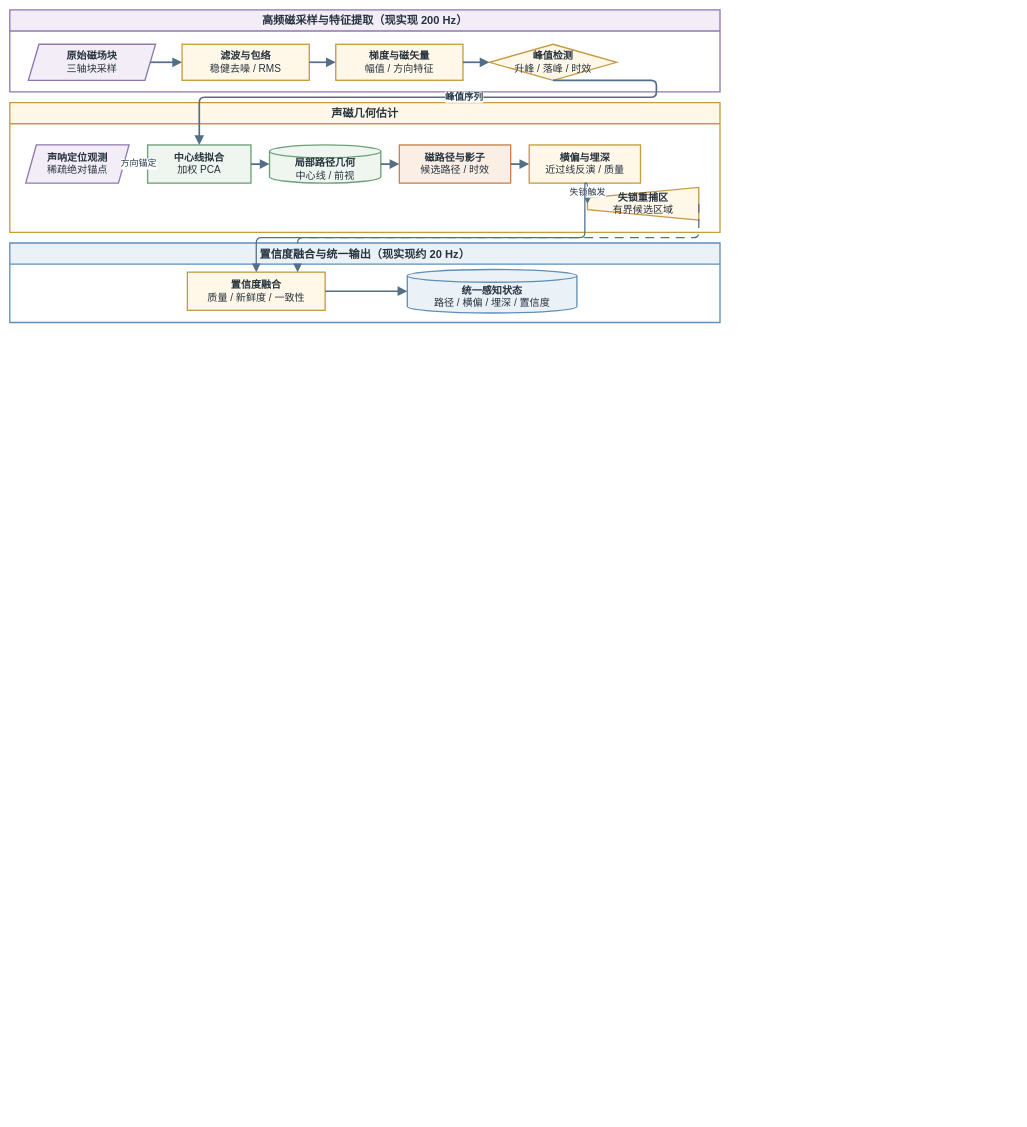
360ZMEM/AUV-Master-Mag keeps this draw.io diagram as docs/figure/fig_perception_pipeline.drawio. Above is the earlier version. Source tidied: cells renumbered, new cells numbered last; positions are measured from the earlier drawing's top-left corner, leaving out a move shared by most shapes. Both pictures are drawn from the tidied source at 53%, with x=0, y=0 at pixel (10, 10).
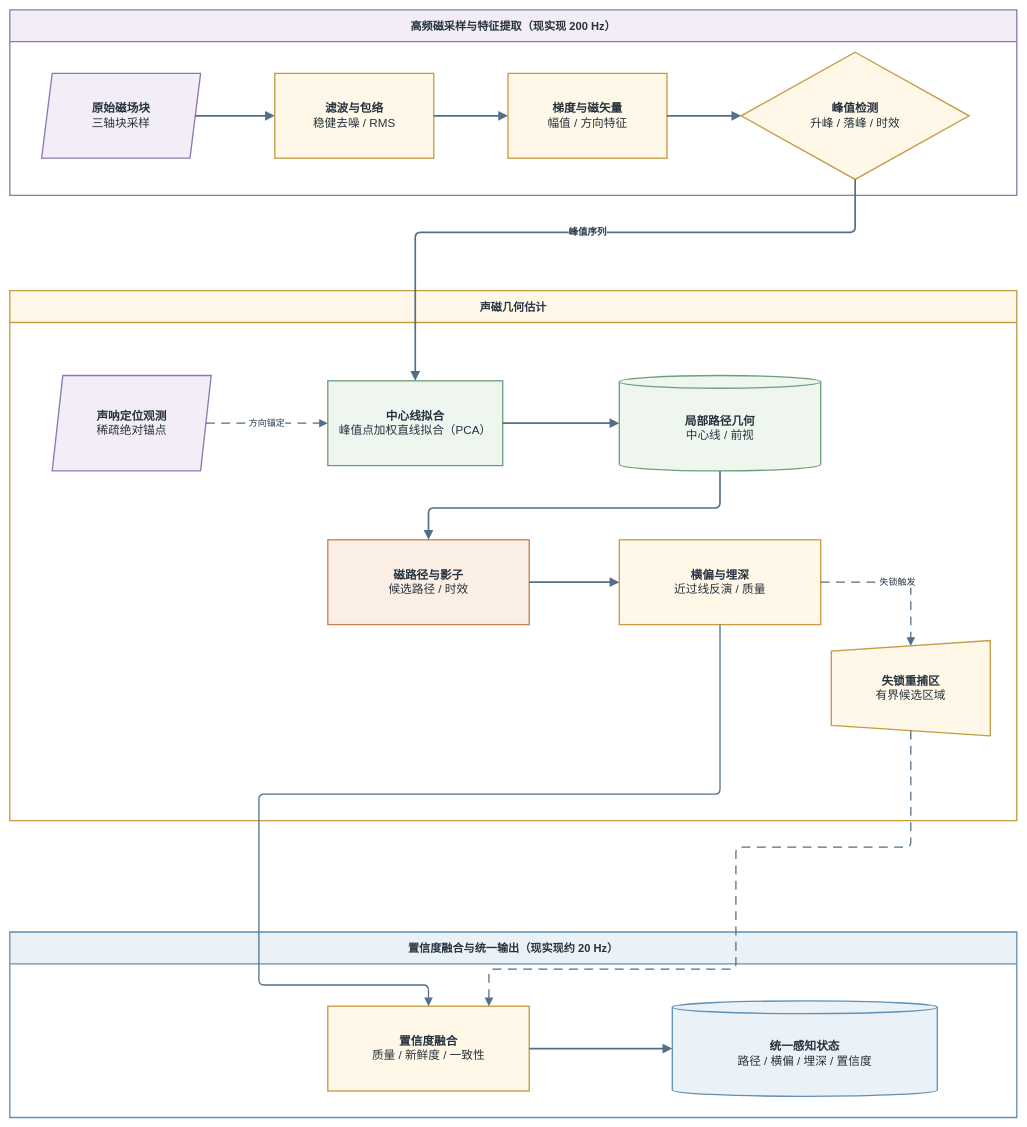
The same page after the edit.

The edit, as a diff of the source:
```diff
@@
-    <mxCell id="2" value="高频磁采样与特征提取（现实现 200 Hz）" style="swimlane;whiteSpace=wrap;html=1;rounded=0;startSize=40;fillColor=#F2EDF7;strokeColor=#8F78AF;strokeWidth=2.5;fontFamily=Songti SC;fontSize=21;fontStyle=1;fontColor=#26323D;" parent="1" vertex="1">
-      <mxGeometry width="1340" height="155" as="geometry" />
+    <mxCell id="2" value="高频磁采样与特征提取（现实现 200 Hz）" style="swimlane;whiteSpace=wrap;html=1;rounded=0;startSize=60;fillColor=#F2EDF7;strokeColor=#8F78AF;strokeWidth=2.5;fontFamily=Songti SC;fontSize=21;fontStyle=1;fontColor=#26323D;" parent="1" vertex="1">
+      <mxGeometry width="1900" height="350" as="geometry" />
     </mxCell>
-    <mxCell id="3" value="声磁几何估计" style="swimlane;whiteSpace=wrap;html=1;rounded=0;startSize=40;fillColor=#FFF7E8;strokeColor=#C69B42;strokeWidth=2.5;fontFamily=Songti SC;fontSize=21;fontStyle=1;fontColor=#26323D;" parent="1" vertex="1">
-      <mxGeometry y="175" width="1340" height="245" as="geometry" />
+    <mxCell id="3" value="声磁几何估计" style="swimlane;whiteSpace=wrap;html=1;rounded=0;startSize=60;fillColor=#FFF7E8;strokeColor=#C69B42;strokeWidth=2.5;fontFamily=Songti SC;fontSize=21;fontStyle=1;fontColor=#26323D;" parent="1" vertex="1">
+      <mxGeometry y="530" width="1900" height="1000" as="geometry" />
     </mxCell>
-    <mxCell id="4" value="置信度融合与统一输出（现实现约 20 Hz）" style="swimlane;whiteSpace=wrap;html=1;rounded=0;startSize=40;fillColor=#EAF2F8;strokeColor=#5F8FB8;strokeWidth=2.5;fontFamily=Songti SC;fontSize=21;fontStyle=1;fontColor=#26323D;" parent="1" vertex="1">
-      <mxGeometry y="440" width="1340" height="150" as="geometry" />
+    <mxCell id="4" value="置信度融合与统一输出（现实现约 20 Hz）" style="swimlane;whiteSpace=wrap;html=1;rounded=0;startSize=60;fillColor=#EAF2F8;strokeColor=#5F8FB8;strokeWidth=2.5;fontFamily=Songti SC;fontSize=21;fontStyle=1;fontColor=#26323D;" parent="1" vertex="1">
+      <mxGeometry y="1740" width="1900" height="350" as="geometry" />
     </mxCell>
-    <mxCell id="5" value="&lt;b&gt;原始磁场块&lt;/b&gt;&lt;br&gt;三轴块采样" style="shape=parallelogram;perimeter=parallelogramPerimeter;fixedSize=1;whiteSpace=wrap;html=1;align=center;verticalAlign=middle;fillColor=#F2EDF7;strokeColor=#8F78AF;strokeWidth=2.5;spacing=8;fontFamily=Songti SC;fontSize=19;fontColor=#26323D;" parent="2" vertex="1">
-      <mxGeometry x="35" y="65" width="240" height="68" as="geometry" />
+    <mxCell id="5" value="&lt;b&gt;原始磁场块&lt;/b&gt;&lt;br&gt;三轴块采样" style="shape=parallelogram;perimeter=parallelogramPerimeter;fixedSize=1;whiteSpace=wrap;html=1;align=center;verticalAlign=middle;fillColor=#F2EDF7;strokeColor=#8F78AF;strokeWidth=2.5;spacing=8;fontFamily=Songti SC;fontSize=19;fontColor=#26323D;fontSize=22;" parent="2" vertex="1">
+      <mxGeometry x="60" y="120" width="300" height="160" as="geometry" />
     </mxCell>
-    <mxCell id="6" value="&lt;b&gt;滤波与包络&lt;/b&gt;&lt;br&gt;稳健去噪 / RMS" style="rounded=0;whiteSpace=wrap;html=1;align=center;verticalAlign=middle;fillColor=#FFF7E8;strokeColor=#C69B42;strokeWidth=2.5;spacing=8;fontFamily=Songti SC;fontSize=19;fontColor=#26323D;" parent="2" vertex="1">
-      <mxGeometry x="325" y="65" width="240" height="68" as="geometry" />
+    <mxCell id="6" value="&lt;b&gt;滤波与包络&lt;/b&gt;&lt;br&gt;稳健去噪 / RMS" style="rounded=0;whiteSpace=wrap;html=1;align=center;verticalAlign=middle;fillColor=#FFF7E8;strokeColor=#C69B42;strokeWidth=2.5;spacing=8;fontFamily=Songti SC;fontSize=19;fontColor=#26323D;fontSize=22;" parent="2" vertex="1">
+      <mxGeometry x="500" y="120" width="300" height="160" as="geometry" />
     </mxCell>
-    <mxCell id="7" value="&lt;b&gt;梯度与磁矢量&lt;/b&gt;&lt;br&gt;幅值 / 方向特征" style="rounded=0;whiteSpace=wrap;html=1;align=center;verticalAlign=middle;fillColor=#FFF7E8;strokeColor=#C69B42;strokeWidth=2.5;spacing=8;fontFamily=Songti SC;fontSize=19;fontColor=#26323D;" parent="2" vertex="1">
-      <mxGeometry x="615" y="65" width="240" height="68" as="geometry" />
+    <mxCell id="7" value="&lt;b&gt;梯度与磁矢量&lt;/b&gt;&lt;br&gt;幅值 / 方向特征" style="rounded=0;whiteSpace=wrap;html=1;align=center;verticalAlign=middle;fillColor=#FFF7E8;strokeColor=#C69B42;strokeWidth=2.5;spacing=8;fontFamily=Songti SC;fontSize=19;fontColor=#26323D;fontSize=22;" parent="2" vertex="1">
+      <mxGeometry x="940" y="120" width="300" height="160" as="geometry" />
     </mxCell>
-    <mxCell id="8" value="&lt;b&gt;峰值检测&lt;/b&gt;&lt;br&gt;升峰 / 落峰 / 时效" style="rhombus;whiteSpace=wrap;html=1;align=center;verticalAlign=middle;fillColor=#FFF7E8;strokeColor=#C69B42;strokeWidth=2.5;spacing=8;fontFamily=Songti SC;fontSize=19;fontColor=#26323D;" parent="2" vertex="1">
-      <mxGeometry x="905" y="65" width="240" height="68" as="geometry" />
+    <mxCell id="8" value="&lt;b&gt;峰值检测&lt;/b&gt;&lt;br&gt;升峰 / 落峰 / 时效" style="rhombus;whiteSpace=wrap;html=1;align=center;verticalAlign=middle;fillColor=#FFF7E8;strokeColor=#C69B42;strokeWidth=2.5;spacing=8;fontFamily=Songti SC;fontSize=19;fontColor=#26323D;fontSize=22;" parent="2" vertex="1">
+      <mxGeometry x="1380" y="80" width="430" height="240" as="geometry" />
     </mxCell>
-    <mxCell id="9" value="&lt;b&gt;声呐定位观测&lt;/b&gt;&lt;br&gt;稀疏绝对锚点" style="shape=parallelogram;perimeter=parallelogramPerimeter;fixedSize=1;whiteSpace=wrap;html=1;align=center;verticalAlign=middle;fillColor=#F2EDF7;strokeColor=#8F78AF;strokeWidth=2.5;spacing=8;fontFamily=Songti SC;fontSize=19;fontColor=#26323D;" parent="3" vertex="1">
-      <mxGeometry x="30" y="80" width="195" height="72" as="geometry" />
+    <mxCell id="9" value="&lt;b&gt;声呐定位观测&lt;/b&gt;&lt;br&gt;稀疏绝对锚点" style="shape=parallelogram;perimeter=parallelogramPerimeter;fixedSize=1;whiteSpace=wrap;html=1;align=center;verticalAlign=middle;fillColor=#F2EDF7;strokeColor=#8F78AF;strokeWidth=2.5;spacing=8;fontFamily=Songti SC;fontSize=19;fontColor=#26323D;fontSize=22;" parent="3" vertex="1">
+      <mxGeometry x="80" y="160" width="300" height="180" as="geometry" />
     </mxCell>
-    <mxCell id="10" value="&lt;b&gt;中心线拟合&lt;/b&gt;&lt;br&gt;加权 PCA" style="rounded=0;whiteSpace=wrap;html=1;align=center;verticalAlign=middle;fillColor=#EEF6EF;strokeColor=#6E9F78;strokeWidth=2.5;spacing=8;fontFamily=Songti SC;fontSize=19;fontColor=#26323D;" parent="3" vertex="1">
-      <mxGeometry x="260" y="80" width="195" height="72" as="geometry" />
+    <mxCell id="10" value="&lt;b&gt;中心线拟合&lt;/b&gt;&lt;br&gt;峰值点加权直线拟合（PCA）" style="rounded=0;whiteSpace=wrap;html=1;align=center;verticalAlign=middle;fillColor=#EEF6EF;strokeColor=#6E9F78;strokeWidth=2.5;spacing=8;fontFamily=Songti SC;fontSize=19;fontColor=#26323D;fontSize=22;" parent="3" vertex="1">
+      <mxGeometry x="600" y="170" width="330" height="160" as="geometry" />
     </mxCell>
-    <mxCell id="11" value="&lt;b&gt;局部路径几何&lt;/b&gt;&lt;br&gt;中心线 / 前视" style="shape=cylinder3;boundedLbl=1;backgroundOutline=1;size=12;whiteSpace=wrap;html=1;align=center;verticalAlign=middle;fillColor=#EEF6EF;strokeColor=#6E9F78;strokeWidth=2.5;spacing=8;fontFamily=Songti SC;fontSize=19;fontColor=#26323D;" parent="3" vertex="1">
-      <mxGeometry x="490" y="80" width="210" height="72" as="geometry" />
+    <mxCell id="11" value="&lt;b&gt;局部路径几何&lt;/b&gt;&lt;br&gt;中心线 / 前视" style="shape=cylinder3;boundedLbl=1;backgroundOutline=1;size=12;whiteSpace=wrap;html=1;align=center;verticalAlign=middle;fillColor=#EEF6EF;strokeColor=#6E9F78;strokeWidth=2.5;spacing=8;fontFamily=Songti SC;fontSize=19;fontColor=#26323D;fontSize=22;" parent="3" vertex="1">
+      <mxGeometry x="1150" y="160" width="380" height="180" as="geometry" />
     </mxCell>
-    <mxCell id="12" value="&lt;b&gt;磁路径与影子&lt;/b&gt;&lt;br&gt;候选路径 / 时效" style="rounded=0;whiteSpace=wrap;html=1;align=center;verticalAlign=middle;fillColor=#FBEFE5;strokeColor=#C9824D;strokeWidth=2.5;spacing=8;fontFamily=Songti SC;fontSize=19;fontColor=#26323D;" parent="3" vertex="1">
-      <mxGeometry x="735" y="80" width="210" height="72" as="geometry" />
+    <mxCell id="12" value="&lt;b&gt;磁路径与影子&lt;/b&gt;&lt;br&gt;候选路径 / 时效" style="rounded=0;whiteSpace=wrap;html=1;align=center;verticalAlign=middle;fillColor=#FBEFE5;strokeColor=#C9824D;strokeWidth=2.5;spacing=8;fontFamily=Songti SC;fontSize=19;fontColor=#26323D;fontSize=22;" parent="3" vertex="1">
+      <mxGeometry x="600" y="470" width="380" height="160" as="geometry" />
     </mxCell>
-    <mxCell id="13" value="&lt;b&gt;横偏与埋深&lt;/b&gt;&lt;br&gt;近过线反演 / 质量" style="rounded=0;whiteSpace=wrap;html=1;align=center;verticalAlign=middle;fillColor=#FFF7E8;strokeColor=#C69B42;strokeWidth=2.5;spacing=8;fontFamily=Songti SC;fontSize=19;fontColor=#26323D;" parent="3" vertex="1">
-      <mxGeometry x="980" y="80" width="210" height="72" as="geometry" />
+    <mxCell id="13" value="&lt;b&gt;横偏与埋深&lt;/b&gt;&lt;br&gt;近过线反演 / 质量" style="rounded=0;whiteSpace=wrap;html=1;align=center;verticalAlign=middle;fillColor=#FFF7E8;strokeColor=#C69B42;strokeWidth=2.5;spacing=8;fontFamily=Songti SC;fontSize=19;fontColor=#26323D;fontSize=22;" parent="3" vertex="1">
+      <mxGeometry x="1150" y="470" width="380" height="160" as="geometry" />
     </mxCell>
-    <mxCell id="14" value="&lt;b&gt;失锁重捕区&lt;/b&gt;&lt;br&gt;有界候选区域" style="shape=trapezoid;perimeter=trapezoidPerimeter;fixedSize=1;direction=north;whiteSpace=wrap;html=1;align=center;verticalAlign=middle;fillColor=#FFF7E8;strokeColor=#C69B42;strokeWidth=2.5;spacing=8;fontFamily=Songti SC;fontSize=19;fontColor=#26323D;" parent="3" vertex="1">
-      <mxGeometry x="1090" y="160" width="210" height="62" as="geometry" />
+    <mxCell id="14" value="&lt;b&gt;失锁重捕区&lt;/b&gt;&lt;br&gt;有界候选区域" style="shape=trapezoid;perimeter=trapezoidPerimeter;fixedSize=1;direction=north;whiteSpace=wrap;html=1;align=center;verticalAlign=middle;fillColor=#FFF7E8;strokeColor=#C69B42;strokeWidth=2.5;spacing=8;fontFamily=Songti SC;fontSize=19;fontColor=#26323D;fontSize=22;" parent="3" vertex="1">
+      <mxGeometry x="1550" y="660" width="300" height="180" as="geometry" />
     </mxCell>
-    <mxCell id="15" value="&lt;b&gt;置信度融合&lt;/b&gt;&lt;br&gt;质量 / 新鲜度 / 一致性" style="rounded=0;whiteSpace=wrap;html=1;align=center;verticalAlign=middle;fillColor=#FFF7E8;strokeColor=#C69B42;strokeWidth=2.5;spacing=8;fontFamily=Songti SC;fontSize=19;fontColor=#26323D;" parent="4" vertex="1">
-      <mxGeometry x="335" y="55" width="260" height="72" as="geometry" />
+    <mxCell id="15" value="&lt;b&gt;置信度融合&lt;/b&gt;&lt;br&gt;质量 / 新鲜度 / 一致性" style="rounded=0;whiteSpace=wrap;html=1;align=center;verticalAlign=middle;fillColor=#FFF7E8;strokeColor=#C69B42;strokeWidth=2.5;spacing=8;fontFamily=Songti SC;fontSize=19;fontColor=#26323D;fontSize=22;" parent="4" vertex="1">
+      <mxGeometry x="600" y="140" width="380" height="160" as="geometry" />
     </mxCell>
-    <mxCell id="16" value="&lt;b&gt;统一感知状态&lt;/b&gt;&lt;br&gt;路径 / 横偏 / 埋深 / 置信度" style="shape=cylinder3;boundedLbl=1;backgroundOutline=1;size=12;whiteSpace=wrap;html=1;align=center;verticalAlign=middle;fillColor=#EAF2F8;strokeColor=#5F8FB8;strokeWidth=2.5;spacing=8;fontFamily=Songti SC;fontSize=19;fontColor=#26323D;" parent="4" vertex="1">
-      <mxGeometry x="750" y="50" width="320" height="82" as="geometry" />
+    <mxCell id="16" value="&lt;b&gt;统一感知状态&lt;/b&gt;&lt;br&gt;路径 / 横偏 / 埋深 / 置信度" style="shape=cylinder3;boundedLbl=1;backgroundOutline=1;size=12;whiteSpace=wrap;html=1;align=center;verticalAlign=middle;fillColor=#EAF2F8;strokeColor=#5F8FB8;strokeWidth=2.5;spacing=8;fontFamily=Songti SC;fontSize=19;fontColor=#26323D;fontSize=22;" parent="4" vertex="1">
+      <mxGeometry x="1250" y="130" width="500" height="180" as="geometry" />
     </mxCell>
-    <mxCell id="17" style="edgeStyle=orthogonalEdgeStyle;rounded=1;jettySize=auto;html=1;strokeColor=#536F87;strokeWidth=3.2;fontFamily=Songti SC;fontSize=18;fontStyle=1;fontColor=#25384A;labelBackgroundColor=#FFFFFF;labelBorderColor=none;endArrow=block;endFill=1;endSize=10;exitX=1;entryX=0;" parent="1" edge="1" source="5" target="6">
+    <mxCell id="17" style="edgeStyle=orthogonalEdgeStyle;rounded=1;jettySize=auto;html=1;strokeColor=#536F87;strokeWidth=3.2;fontFamily=Songti SC;fontSize=18;fontStyle=1;fontColor=#25384A;labelBackgroundColor=#FFFFFF;labelBorderColor=none;endArrow=block;endFill=1;endSize=10;exitX=1;exitY=0.5;entryX=0;entryY=0.5;" parent="1" edge="1" source="5" target="6">
       <mxGeometry relative="1" as="geometry" />
     </mxCell>
-    <mxCell id="18" style="edgeStyle=orthogonalEdgeStyle;rounded=1;jettySize=auto;html=1;strokeColor=#536F87;strokeWidth=3.2;fontFamily=Songti SC;fontSize=18;fontStyle=1;fontColor=#25384A;labelBackgroundColor=#FFFFFF;labelBorderColor=none;endArrow=block;endFill=1;endSize=10;exitX=1;entryX=0;" parent="1" edge="1" source="6" target="7">
+    <mxCell id="18" style="edgeStyle=orthogonalEdgeStyle;rounded=1;jettySize=auto;html=1;strokeColor=#536F87;strokeWidth=3.2;fontFamily=Songti SC;fontSize=18;fontStyle=1;fontColor=#25384A;labelBackgroundColor=#FFFFFF;labelBorderColor=none;endArrow=block;endFill=1;endSize=10;exitX=1;exitY=0.5;entryX=0;entryY=0.5;" parent="1" edge="1" source="6" target="7">
       <mxGeometry relative="1" as="geometry" />
     </mxCell>
-    <mxCell id="19" style="edgeStyle=orthogonalEdgeStyle;rounded=1;jettySize=auto;html=1;strokeColor=#536F87;strokeWidth=3.2;fontFamily=Songti SC;fontSize=18;fontStyle=1;fontColor=#25384A;labelBackgroundColor=#FFFFFF;labelBorderColor=none;endArrow=block;endFill=1;endSize=10;exitX=1;entryX=0;" parent="1" edge="1" source="7" target="8">
+    <mxCell id="19" style="edgeStyle=orthogonalEdgeStyle;rounded=1;jettySize=auto;html=1;strokeColor=#536F87;strokeWidth=3.2;fontFamily=Songti SC;fontSize=18;fontStyle=1;fontColor=#25384A;labelBackgroundColor=#FFFFFF;labelBorderColor=none;endArrow=block;endFill=1;endSize=10;exitX=1;exitY=0.5;entryX=0;entryY=0.5;" parent="1" edge="1" source="7" target="8">
       <mxGeometry relative="1" as="geometry" />
     </mxCell>
     <mxCell id="20" value="峰值序列" style="edgeStyle=orthogonalEdgeStyle;rounded=1;jettySize=auto;html=1;strokeColor=#536F87;strokeWidth=3.2;fontFamily=Songti SC;fontSize=18;fontStyle=1;fontColor=#25384A;labelBackgroundColor=#FFFFFF;labelBorderColor=none;endArrow=block;endFill=1;endSize=10;exitX=0.5;exitY=1;entryX=0.5;entryY=0;" parent="1" edge="1" source="8" target="10">
       <mxGeometry relative="1" as="geometry">
         <Array as="points">
-          <mxPoint x="1220" y="165" />
-          <mxPoint x="358" y="165" />
+          <mxPoint x="1595" y="420" />
+          <mxPoint x="765" y="420" />
         </Array>
       </mxGeometry>
     </mxCell>
-    <mxCell id="21" value="方向锚定" style="edgeStyle=orthogonalEdgeStyle;rounded=1;jettySize=auto;html=1;strokeColor=#536F87;strokeWidth=2.4;fontFamily=Songti SC;fontSize=17;fontColor=#25384A;labelBackgroundColor=#FFFFFF;labelBorderColor=none;endArrow=block;endFill=1;endSize=10;dashed=1;dashPattern=7 5;exitX=1;entryX=0;" parent="1" edge="1" source="9" target="10">
+    <mxCell id="21" value="方向锚定" style="edgeStyle=orthogonalEdgeStyle;rounded=1;jettySize=auto;html=1;strokeColor=#536F87;strokeWidth=2.4;fontFamily=Songti SC;fontSize=17;fontColor=#25384A;labelBackgroundColor=#FFFFFF;labelBorderColor=none;endArrow=block;endFill=1;endSize=10;dashed=1;dashPattern=7 5;exitX=1;exitY=0.5;entryX=0;entryY=0.5;" parent="1" edge="1" source="9" target="10">
       <mxGeometry relative="1" as="geometry" />
     </mxCell>
-    <mxCell id="22" style="edgeStyle=orthogonalEdgeStyle;rounded=1;jettySize=auto;html=1;strokeColor=#536F87;strokeWidth=3.2;fontFamily=Songti SC;fontSize=18;fontStyle=1;fontColor=#25384A;labelBackgroundColor=#FFFFFF;labelBorderColor=none;endArrow=block;endFill=1;endSize=10;exitX=1;entryX=0;" parent="1" edge="1" source="10" target="11">
+    <mxCell id="22" style="edgeStyle=orthogonalEdgeStyle;rounded=1;jettySize=auto;html=1;strokeColor=#536F87;strokeWidth=3.2;fontFamily=Songti SC;fontSize=18;fontStyle=1;fontColor=#25384A;labelBackgroundColor=#FFFFFF;labelBorderColor=none;endArrow=block;endFill=1;endSize=10;exitX=1;exitY=0.5;entryX=0;entryY=0.5;" parent="1" edge="1" source="10" target="11">
       <mxGeometry relative="1" as="geometry" />
     </mxCell>
-    <mxCell id="23" style="edgeStyle=orthogonalEdgeStyle;rounded=1;jettySize=auto;html=1;strokeColor=#536F87;strokeWidth=3.2;fontFamily=Songti SC;fontSize=18;fontStyle=1;fontColor=#25384A;labelBackgroundColor=#FFFFFF;labelBorderColor=none;endArrow=block;endFill=1;endSize=10;exitX=1;entryX=0;" parent="1" edge="1" source="11" target="12">
-      <mxGeometry relative="1" as="geometry" />
+    <mxCell id="23" style="edgeStyle=orthogonalEdgeStyle;rounded=1;jettySize=auto;html=1;strokeColor=#536F87;strokeWidth=3.2;fontFamily=Songti SC;fontSize=18;fontStyle=1;fontColor=#25384A;labelBackgroundColor=#FFFFFF;labelBorderColor=none;endArrow=block;endFill=1;endSize=10;exitX=0.5;exitY=1;entryX=0.5;entryY=0;" parent="1" edge="1" source="11" target="12">
+      <mxGeometry relative="1" as="geometry">
+        <Array as="points">
+          <mxPoint x="1340" y="940" />
+          <mxPoint x="790" y="940" />
+        </Array>
+      </mxGeometry>
     </mxCell>
-    <mxCell id="24" style="edgeStyle=orthogonalEdgeStyle;rounded=1;jettySize=auto;html=1;strokeColor=#536F87;strokeWidth=3.2;fontFamily=Songti SC;fontSize=18;fontStyle=1;fontColor=#25384A;labelBackgroundColor=#FFFFFF;labelBorderColor=none;endArrow=block;endFill=1;endSize=10;exitX=1;entryX=0;" parent="1" edge="1" source="12" target="13">
+    <mxCell id="24" style="edgeStyle=orthogonalEdgeStyle;rounded=1;jettySize=auto;html=1;strokeColor=#536F87;strokeWidth=3.2;fontFamily=Songti SC;fontSize=18;fontStyle=1;fontColor=#25384A;labelBackgroundColor=#FFFFFF;labelBorderColor=none;endArrow=block;endFill=1;endSize=10;exitX=1;exitY=0.5;entryX=0;entryY=0.5;" parent="1" edge="1" source="12" target="13">
       <mxGeometry relative="1" as="geometry" />
     </mxCell>
-    <mxCell id="25" value="失锁触发" style="edgeStyle=orthogonalEdgeStyle;rounded=1;jettySize=auto;html=1;strokeColor=#536F87;strokeWidth=2.4;fontFamily=Songti SC;fontSize=17;fontColor=#25384A;labelBackgroundColor=#FFFFFF;labelBorderColor=none;endArrow=block;endFill=1;endSize=10;dashed=1;dashPattern=7 5;exitX=0.5;exitY=1;entryX=0.5;entryY=0;" parent="1" edge="1" source="13" target="14">
-      <mxGeometry relative="1" as="geometry" />
+    <mxCell id="25" value="失锁触发" style="edgeStyle=orthogonalEdgeStyle;rounded=1;jettySize=auto;html=1;strokeColor=#536F87;strokeWidth=2.4;fontFamily=Songti SC;fontSize=17;fontColor=#25384A;labelBackgroundColor=#FFFFFF;labelBorderColor=none;endArrow=block;endFill=1;endSize=10;dashed=1;dashPattern=7 5;exitX=1;exitY=0.5;entryX=0.9444444444;entryY=0.5;entryPerimeter=0;" parent="1" edge="1" source="13" target="14">
+      <mxGeometry relative="1" as="geometry">
+        <Array as="points">
+          <mxPoint x="1700" y="1080" />
+        </Array>
+      </mxGeometry>
     </mxCell>
     <mxCell id="26" style="edgeStyle=orthogonalEdgeStyle;rounded=1;jettySize=auto;html=1;strokeColor=#536F87;strokeWidth=2.4;fontFamily=Songti SC;fontSize=17;fontColor=#25384A;labelBackgroundColor=#FFFFFF;labelBorderColor=none;endArrow=block;endFill=1;endSize=10;exitX=0.5;exitY=1;entryX=0.5;entryY=0;" parent="1" edge="1" source="13" target="15">
       <mxGeometry relative="1" as="geometry">
         <Array as="points">
-          <mxPoint x="1055" y="430" />
-          <mxPoint x="435" y="430" />
+          <mxPoint x="1340" y="1480" />
+          <mxPoint x="470" y="1480" />
+          <mxPoint x="470" y="1840" />
+          <mxPoint x="790" y="1840" />
         </Array>
       </mxGeometry>
     </mxCell>
-    <mxCell id="27" style="edgeStyle=orthogonalEdgeStyle;rounded=1;jettySize=auto;html=1;strokeColor=#536F87;strokeWidth=2.4;fontFamily=Songti SC;fontSize=17;fontColor=#25384A;labelBackgroundColor=#FFFFFF;labelBorderColor=none;endArrow=block;endFill=1;endSize=10;dashed=1;dashPattern=7 5;exitX=0.5;exitY=1;entryX=0.8;entryY=0;" parent="1" edge="1" source="14" target="15">
+    <mxCell id="27" style="edgeStyle=orthogonalEdgeStyle;rounded=1;jettySize=auto;html=1;strokeColor=#536F87;strokeWidth=2.4;fontFamily=Songti SC;fontSize=17;fontColor=#25384A;labelBackgroundColor=#FFFFFF;labelBorderColor=none;endArrow=block;endFill=1;endSize=10;dashed=1;dashPattern=7 5;exitX=0.0555555556;exitY=0.5;exitPerimeter=0;entryX=0.8;entryY=0;" parent="1" edge="1" source="14" target="15">
       <mxGeometry relative="1" as="geometry">
         <Array as="points">
-          <mxPoint x="1235" y="430" />
-          <mxPoint x="520" y="430" />
+          <mxPoint x="1700" y="1580" />
+          <mxPoint x="1370" y="1580" />
+          <mxPoint x="1370" y="1810" />
+          <mxPoint x="904" y="1810" />
         </Array>
       </mxGeometry>
     </mxCell>
-    <mxCell id="28" style="edgeStyle=orthogonalEdgeStyle;rounded=1;jettySize=auto;html=1;strokeColor=#536F87;strokeWidth=3.2;fontFamily=Songti SC;fontSize=18;fontStyle=1;fontColor=#25384A;labelBackgroundColor=#FFFFFF;labelBorderColor=none;endArrow=block;endFill=1;endSize=10;exitX=1;entryX=0;" parent="1" edge="1" source="15" target="16">
+    <mxCell id="28" style="edgeStyle=orthogonalEdgeStyle;rounded=1;jettySize=auto;html=1;strokeColor=#536F87;strokeWidth=3.2;fontFamily=Songti SC;fontSize=18;fontStyle=1;fontColor=#25384A;labelBackgroundColor=#FFFFFF;labelBorderColor=none;endArrow=block;endFill=1;endSize=10;exitX=1;exitY=0.5;entryX=0;entryY=0.5;" parent="1" edge="1" source="15" target="16">
       <mxGeometry relative="1" as="geometry" />
     </mxCell>
```
